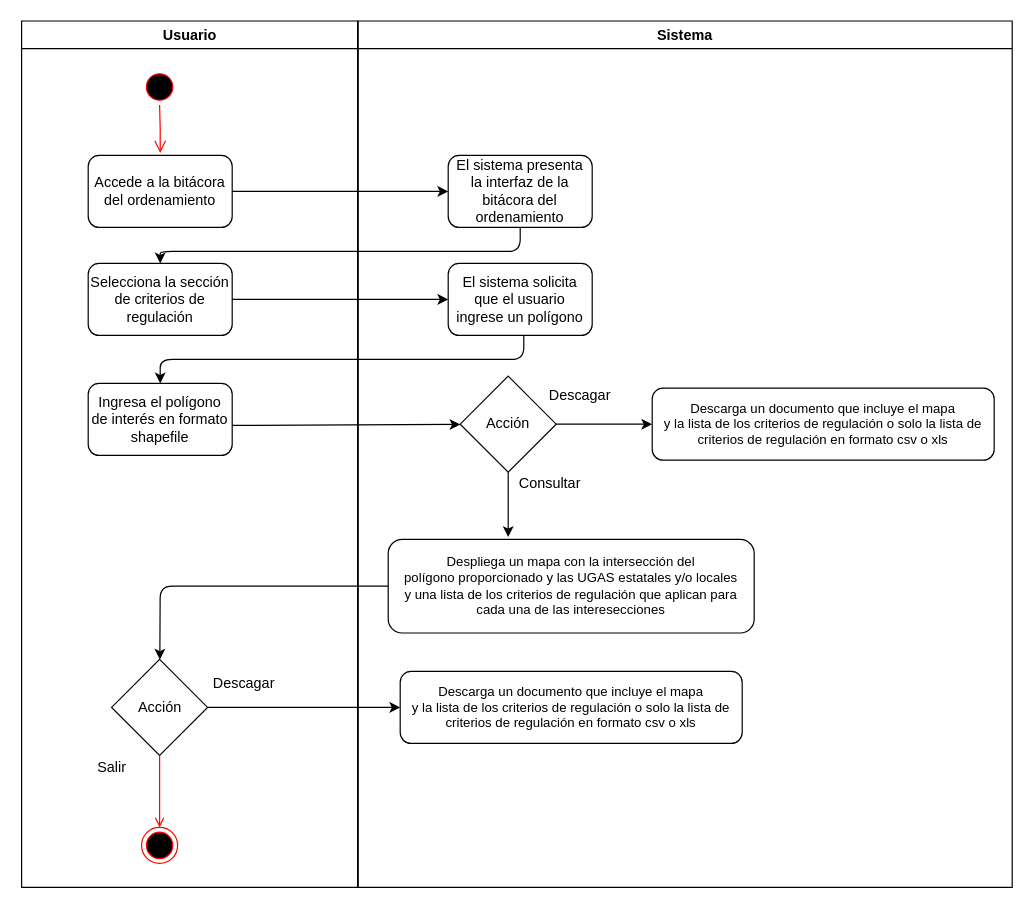
Earlier version of the draw.io diagram fmx_diseno_sistema/files/diag_act_consultardescargar_critreg_poligono.drawio (lancis-apc/fomix). Source tidied: cells renumbered, new cells numbered last; positions are measured from the earlier drawing's top-left corner, leaving out a move shared by most shapes. Both pictures are drawn from the tidied source at 120%, with x=0, y=0 at pixel (20, 20).
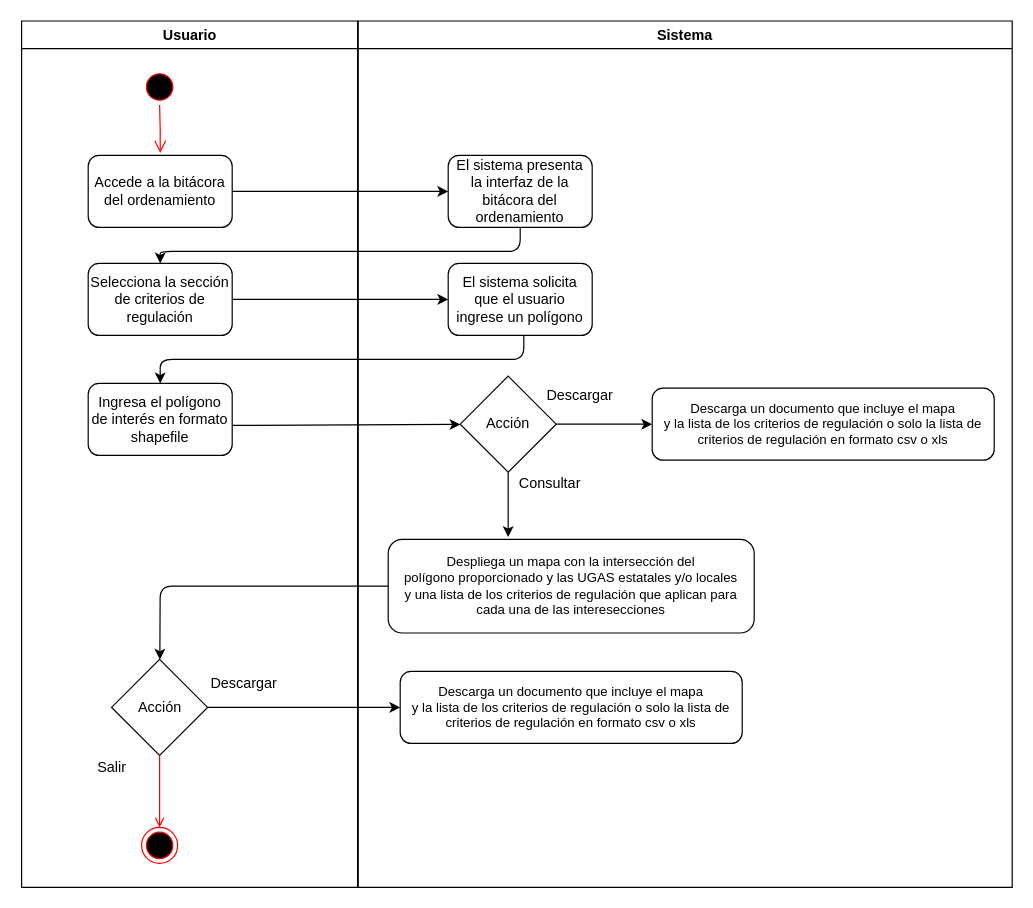
After the change.

Unchanged cells that the change refers to:
```xml
<mxCell id="2" value="Usuario" style="swimlane;whiteSpace=wrap;startSize=23;" parent="1" vertex="1">
  <mxGeometry x="0.5" width="280" height="722" as="geometry" />
</mxCell>
<mxCell id="13" value="Sistema" style="swimlane;whiteSpace=wrap;startSize=23;" parent="1" vertex="1">
  <mxGeometry x="281" width="545" height="722" as="geometry" />
</mxCell>
```

Diff of the diagram source:
```diff
@@
-    <mxCell id="12" value="Descagar" style="text;html=1;strokeColor=none;fillColor=none;align=center;verticalAlign=middle;whiteSpace=wrap;rounded=0;" parent="2" vertex="1">
+    <mxCell id="12" value="Descargar" style="text;html=1;strokeColor=none;fillColor=none;align=center;verticalAlign=middle;whiteSpace=wrap;rounded=0;" parent="2" vertex="1">
       <mxGeometry x="165.5" y="542" width="40" height="20" as="geometry" />
     </mxCell>
@@
-    <mxCell id="18" value="Descagar" style="text;html=1;strokeColor=none;fillColor=none;align=center;verticalAlign=middle;whiteSpace=wrap;rounded=0;" parent="13" vertex="1">
+    <mxCell id="18" value="Descargar" style="text;html=1;strokeColor=none;fillColor=none;align=center;verticalAlign=middle;whiteSpace=wrap;rounded=0;" parent="13" vertex="1">
       <mxGeometry x="165" y="302" width="40" height="20" as="geometry" />
     </mxCell>
```
